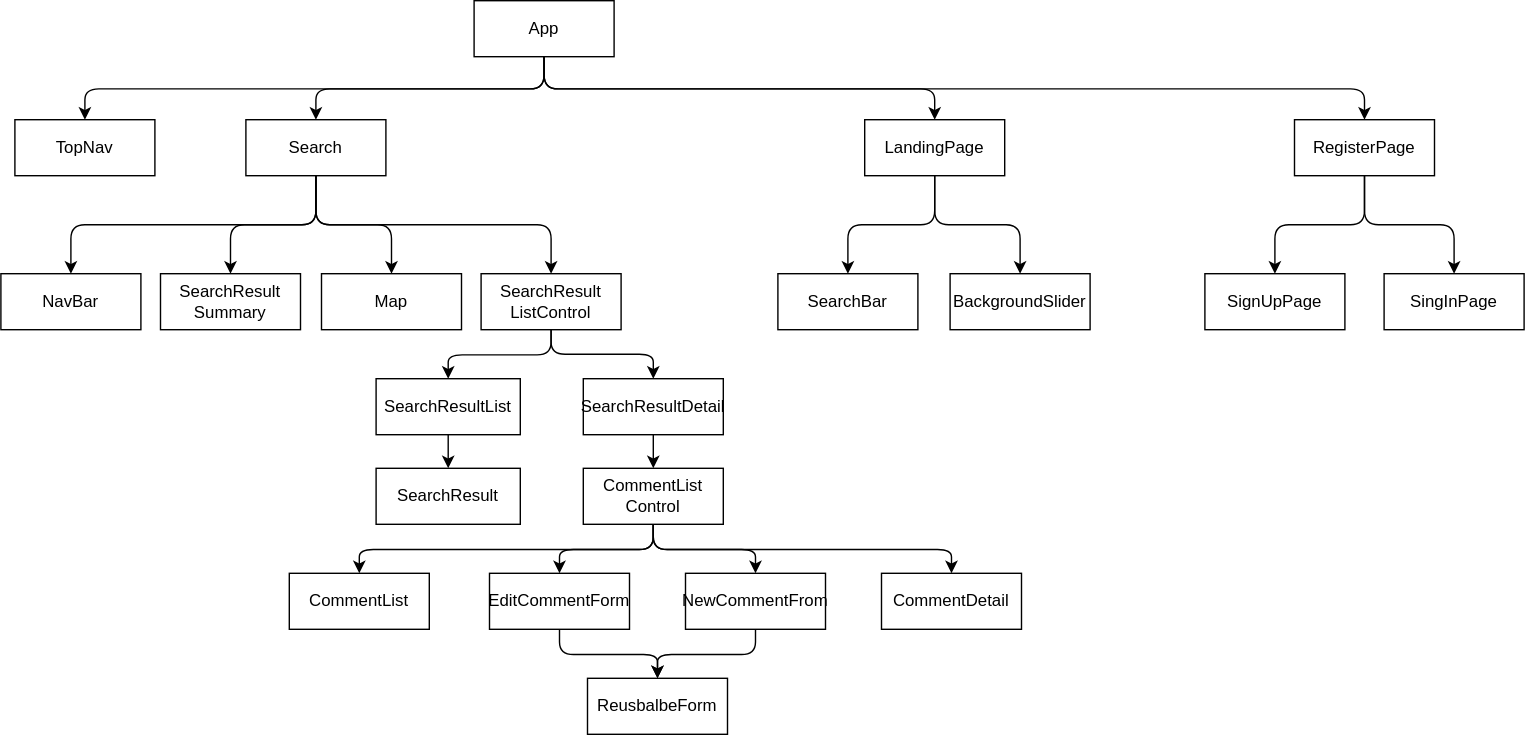
The draw.io diagram diagrams/MVP Diagram.drawio.svg in zbl14/capstone-planning-log-and-proposal, before a commit. Source tidied: cells renumbered, new cells last; positions are measured from the earlier drawing's top-left corner, leaving out a move shared by most shapes.
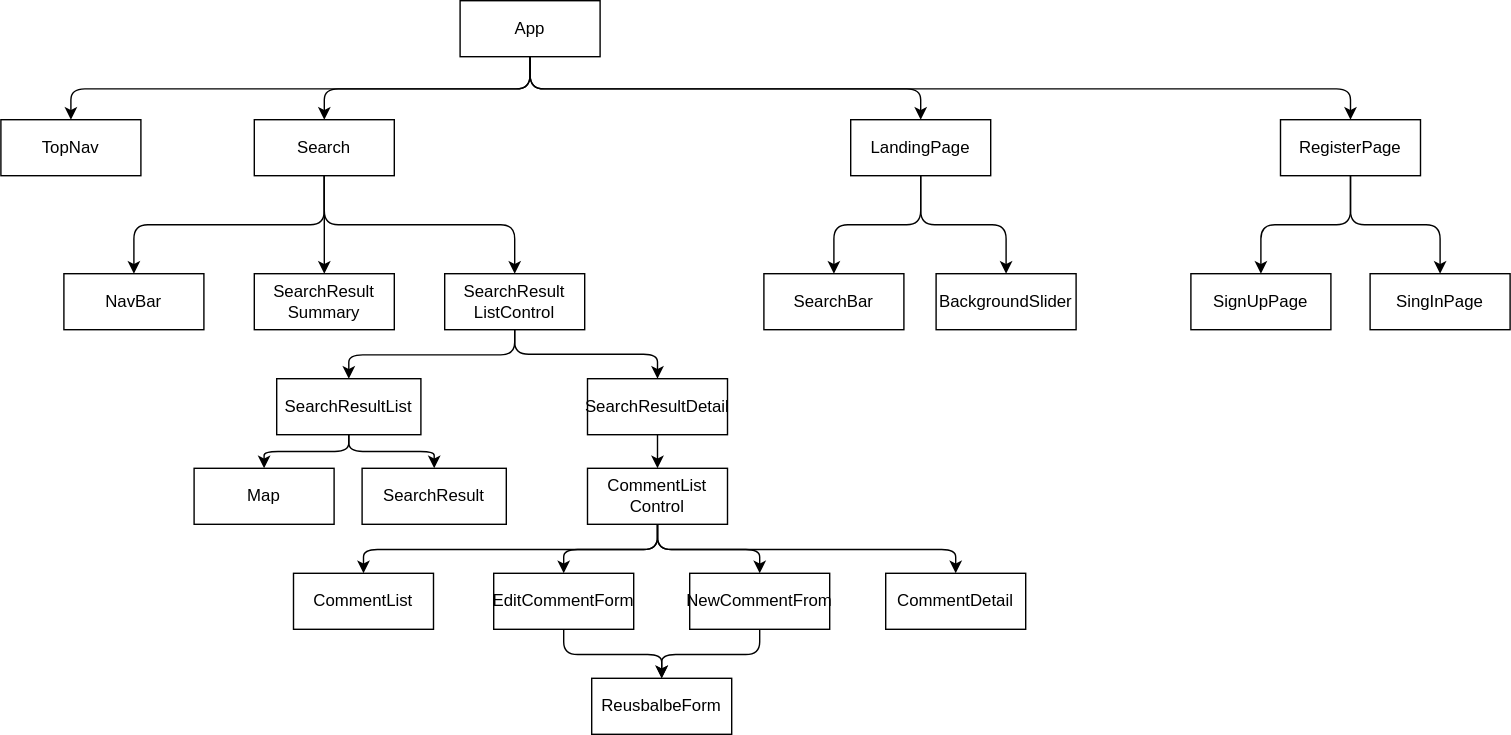
After the change.

The edit, as a diff of the source:
```diff
@@ -29,11 +29,8 @@
     <mxCell id="10" style="edgeStyle=elbowEdgeStyle;elbow=vertical;html=1;exitX=0.5;exitY=1;exitDx=0;exitDy=0;entryX=0.5;entryY=0;entryDx=0;entryDy=0;" parent="1" edge="1" source="12" target="26">
       <mxGeometry relative="1" as="geometry" />
     </mxCell>
-    <mxCell id="11" style="edgeStyle=orthogonalEdgeStyle;html=1;exitX=0.5;exitY=1;exitDx=0;exitDy=0;entryX=0.5;entryY=0;entryDx=0;entryDy=0;" parent="1" edge="1" source="12" target="40">
-      <mxGeometry relative="1" as="geometry" />
-    </mxCell>
     <mxCell id="12" value="Search" style="rounded=0;whiteSpace=wrap;html=1;" parent="1" vertex="1">
-      <mxGeometry x="175" y="85" width="100" height="40" as="geometry" />
+      <mxGeometry x="191" y="85" width="100" height="40" as="geometry" />
     </mxCell>
     <mxCell id="13" style="edgeStyle=elbowEdgeStyle;elbow=vertical;html=1;exitX=0.5;exitY=1;exitDx=0;exitDy=0;entryX=0.5;entryY=0;entryDx=0;entryDy=0;" parent="1" edge="1" source="15" target="16">
       <mxGeometry relative="1" as="geometry" />
@@ -66,16 +63,16 @@
       <mxGeometry x="860" y="195" width="100" height="40" as="geometry" />
     </mxCell>
     <mxCell id="23" value="NavBar" style="rounded=0;whiteSpace=wrap;html=1;" parent="1" vertex="1">
-      <mxGeometry y="195" width="100" height="40" as="geometry" />
+      <mxGeometry x="55" y="195" width="100" height="40" as="geometry" />
     </mxCell>
     <mxCell id="24" value="SearchResult&lt;br&gt;Summary" style="rounded=0;html=1;fontColor=default;labelBackgroundColor=none;labelBorderColor=none;whiteSpace=wrap;" parent="1" vertex="1">
-      <mxGeometry x="114" y="195" width="100" height="40" as="geometry" />
+      <mxGeometry x="191" y="195" width="100" height="40" as="geometry" />
     </mxCell>
     <mxCell id="25" style="edgeStyle=elbowEdgeStyle;elbow=vertical;html=1;exitX=0.5;exitY=1;exitDx=0;exitDy=0;entryX=0.5;entryY=0;entryDx=0;entryDy=0;" parent="1" edge="1" source="26" target="44">
       <mxGeometry relative="1" as="geometry" />
     </mxCell>
     <mxCell id="26" value="SearchResult&lt;br&gt;ListControl" style="rounded=0;whiteSpace=wrap;html=1;" parent="1" vertex="1">
-      <mxGeometry x="343" y="195" width="100" height="40" as="geometry" />
+      <mxGeometry x="327" y="195" width="100" height="40" as="geometry" />
     </mxCell>
     <mxCell id="27" style="edgeStyle=orthogonalEdgeStyle;html=1;exitX=0.5;exitY=1;exitDx=0;exitDy=0;entryX=0.5;entryY=0;entryDx=0;entryDy=0;" parent="1" edge="1" source="26" target="42">
       <mxGeometry relative="1" as="geometry" />
@@ -93,43 +90,46 @@
       <mxGeometry relative="1" as="geometry" />
     </mxCell>
     <mxCell id="32" value="CommentList&lt;br&gt;Control" style="rounded=0;whiteSpace=wrap;html=1;" parent="1" vertex="1">
-      <mxGeometry x="416" y="334" width="100" height="40" as="geometry" />
+      <mxGeometry x="429" y="334" width="100" height="40" as="geometry" />
     </mxCell>
     <mxCell id="33" value="CommentList" style="rounded=0;whiteSpace=wrap;html=1;" parent="1" vertex="1">
-      <mxGeometry x="206" y="409" width="100" height="40" as="geometry" />
+      <mxGeometry x="219" y="409" width="100" height="40" as="geometry" />
     </mxCell>
     <mxCell id="34" style="edgeStyle=elbowEdgeStyle;elbow=vertical;html=1;exitX=0.5;exitY=1;exitDx=0;exitDy=0;entryX=0.5;entryY=0;entryDx=0;entryDy=0;" parent="1" edge="1" source="35" target="39">
       <mxGeometry relative="1" as="geometry" />
     </mxCell>
     <mxCell id="35" value="EditCommentForm" style="rounded=0;whiteSpace=wrap;html=1;" parent="1" vertex="1">
-      <mxGeometry x="349" y="409" width="100" height="40" as="geometry" />
+      <mxGeometry x="362" y="409" width="100" height="40" as="geometry" />
     </mxCell>
     <mxCell id="36" style="edgeStyle=elbowEdgeStyle;elbow=vertical;html=1;exitX=0.5;exitY=1;exitDx=0;exitDy=0;entryX=0.5;entryY=0;entryDx=0;entryDy=0;" parent="1" edge="1" source="37" target="39">
       <mxGeometry relative="1" as="geometry" />
     </mxCell>
     <mxCell id="37" value="NewCommentFrom" style="rounded=0;whiteSpace=wrap;html=1;" parent="1" vertex="1">
-      <mxGeometry x="489" y="409" width="100" height="40" as="geometry" />
+      <mxGeometry x="502" y="409" width="100" height="40" as="geometry" />
     </mxCell>
     <mxCell id="38" value="CommentDetail" style="rounded=0;whiteSpace=wrap;html=1;" parent="1" vertex="1">
-      <mxGeometry x="629" y="409" width="100" height="40" as="geometry" />
+      <mxGeometry x="642" y="409" width="100" height="40" as="geometry" />
     </mxCell>
     <mxCell id="39" value="ReusbalbeForm" style="rounded=0;whiteSpace=wrap;html=1;" parent="1" vertex="1">
-      <mxGeometry x="419" y="484" width="100" height="40" as="geometry" />
+      <mxGeometry x="432" y="484" width="100" height="40" as="geometry" />
     </mxCell>
     <mxCell id="40" value="Map" style="rounded=0;whiteSpace=wrap;html=1;" parent="1" vertex="1">
-      <mxGeometry x="229" y="195" width="100" height="40" as="geometry" />
+      <mxGeometry x="148" y="334" width="100" height="40" as="geometry" />
     </mxCell>
     <mxCell id="41" style="edgeStyle=none;html=1;exitX=0.5;exitY=1;exitDx=0;exitDy=0;entryX=0.5;entryY=0;entryDx=0;entryDy=0;" parent="1" edge="1" source="42" target="32">
       <mxGeometry relative="1" as="geometry" />
     </mxCell>
     <mxCell id="42" value="SearchResultDetail" style="rounded=0;whiteSpace=wrap;html=1;" parent="1" vertex="1">
-      <mxGeometry x="416" y="270" width="100" height="40" as="geometry" />
+      <mxGeometry x="429" y="270" width="100" height="40" as="geometry" />
     </mxCell>
-    <mxCell id="43" style="edgeStyle=none;html=1;exitX=0.5;exitY=1;exitDx=0;exitDy=0;entryX=0.5;entryY=0;entryDx=0;entryDy=0;" parent="1" edge="1" source="44" target="45">
+    <mxCell id="43" style="edgeStyle=orthogonalEdgeStyle;html=1;exitX=0.5;exitY=1;exitDx=0;exitDy=0;entryX=0.5;entryY=0;entryDx=0;entryDy=0;" parent="1" edge="1" source="44" target="45">
       <mxGeometry relative="1" as="geometry" />
     </mxCell>
+    <mxCell id="46" style="edgeStyle=orthogonalEdgeStyle;html=1;exitX=0.5;exitY=1;exitDx=0;exitDy=0;entryX=0.5;entryY=0;entryDx=0;entryDy=0;" parent="1" edge="1" source="44" target="40">
+      <mxGeometry relative="1" as="geometry" />
+    </mxCell>
     <mxCell id="44" value="SearchResultList" style="rounded=0;whiteSpace=wrap;html=1;" parent="1" vertex="1">
-      <mxGeometry x="268" y="270" width="103" height="40" as="geometry" />
+      <mxGeometry x="207" y="270" width="103" height="40" as="geometry" />
     </mxCell>
     <mxCell id="45" value="SearchResult" style="rounded=0;whiteSpace=wrap;html=1;" parent="1" vertex="1">
       <mxGeometry x="268" y="334" width="103" height="40" as="geometry" />
```
